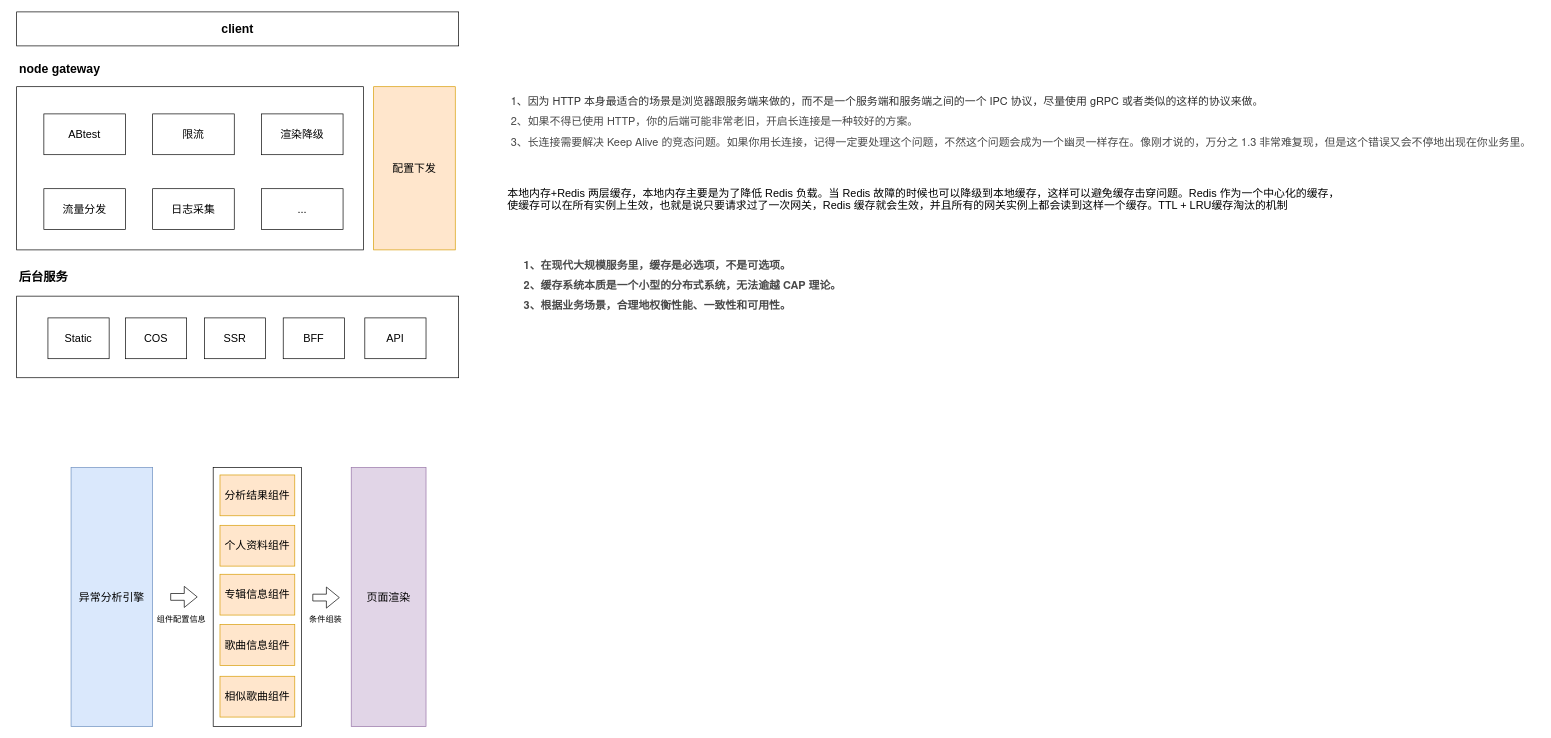
The draw.io diagram page "MNG" (13 of 15) of static/ppt.drawio in maoliang2271/bigpipe-demo, before the edit. Source tidied: cells renumbered, new cells numbered last; positions are measured from the earlier drawing's top-left corner, leaving out a move shared by most shapes. Both pictures are drawn from the tidied source at 68%, with x=0, y=0 at pixel (12, 12).
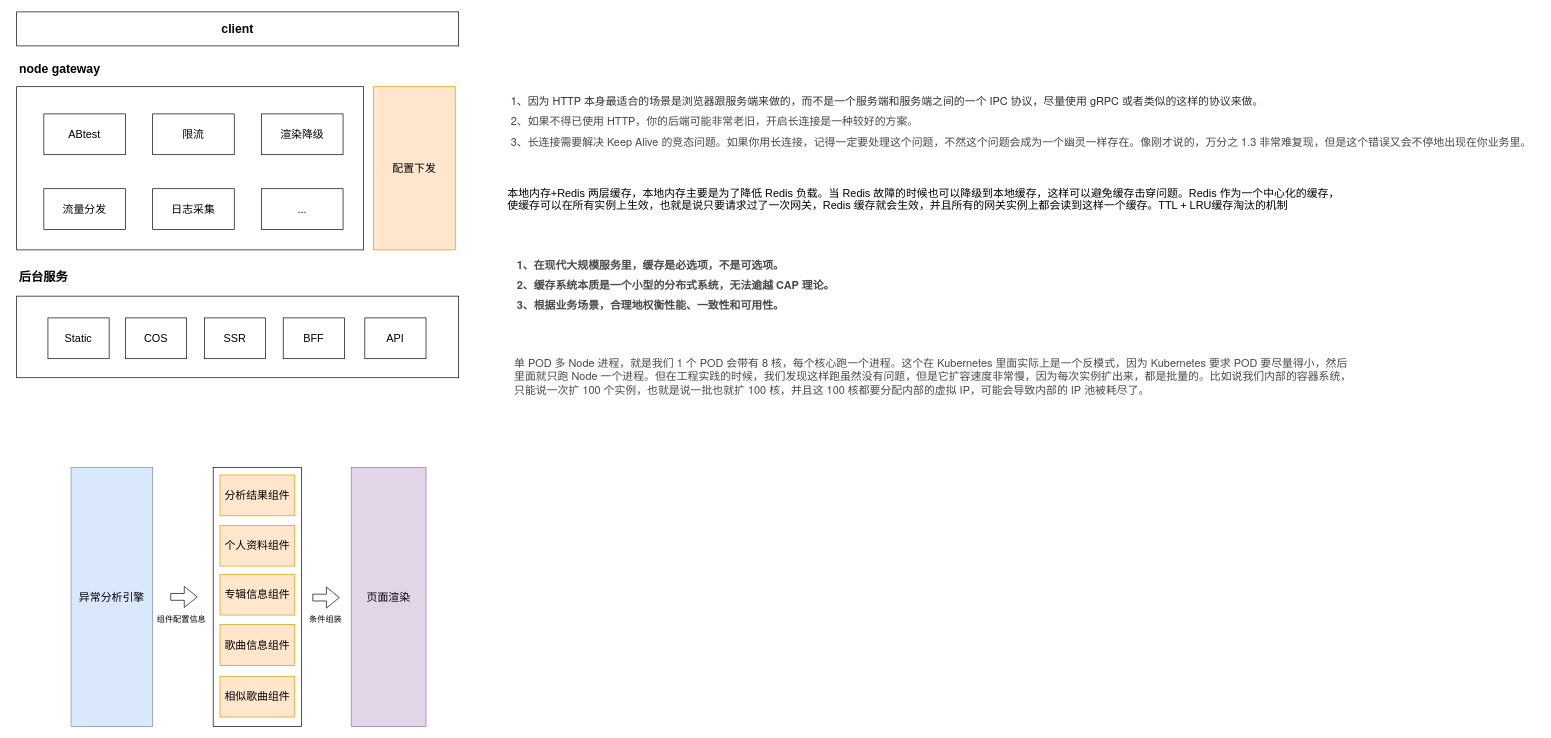
Above is the later version.

Change to the diagram source:
```diff
@@
     <mxCell id="33" value="&lt;ol style=&quot;margin: 0px; padding: 0px; list-style: none; color: rgb(48, 48, 48); font-family: &amp;quot;Helvetica Neue&amp;quot;, &amp;quot;PingFang SC&amp;quot;, Verdana, &amp;quot;Microsoft Yahei&amp;quot;, &amp;quot;Hiragino Sans GB&amp;quot;, &amp;quot;Microsoft Sans Serif&amp;quot;, &amp;quot;WenQuanYi Micro Hei&amp;quot;, sans-serif; font-size: 16px; font-style: normal; font-variant-ligatures: normal; font-variant-caps: normal; font-weight: 400; letter-spacing: normal; orphans: 2; text-align: start; text-indent: 0px; text-transform: none; widows: 2; word-spacing: 0px; -webkit-text-stroke-width: 0px; background-color: rgb(255, 255, 255); text-decoration-thickness: initial; text-decoration-style: initial; text-decoration-color: initial;&quot;&gt;&lt;li style=&quot;margin: 0px; padding: 0px; list-style: none;&quot;&gt;&lt;p style=&quot;margin: 0px; padding: 0px 0px 0px 24px; line-height: 1.875; font-size: 16px; min-height: 30px; word-break: break-all; position: relative;&quot;&gt;&lt;span style=&quot;margin: 0px; padding: 0px; color: rgb(73, 73, 73);&quot;&gt;&lt;strong style=&quot;margin: 0px; padding: 0px; font-weight: 700;&quot;&gt;1、在现代大规模服务里，缓存是必选项，不是可选项。&lt;/strong&gt;&lt;/span&gt;&lt;/p&gt;&lt;/li&gt;&lt;li style=&quot;margin: 0px; padding: 0px; list-style: none;&quot;&gt;&lt;p style=&quot;margin: 0px; padding: 0px 0px 0px 24px; line-height: 1.875; font-size: 16px; min-height: 30px; word-break: break-all; position: relative;&quot;&gt;&lt;span style=&quot;margin: 0px; padding: 0px; color: rgb(73, 73, 73);&quot;&gt;&lt;strong style=&quot;margin: 0px; padding: 0px; font-weight: 700;&quot;&gt;2、缓存系统本质是一个小型的分布式系统，无法逾越 CAP 理论。&lt;/strong&gt;&lt;/span&gt;&lt;/p&gt;&lt;/li&gt;&lt;li style=&quot;margin: 0px; padding: 0px; list-style: none;&quot;&gt;&lt;p style=&quot;margin: 0px; padding: 0px 0px 0px 24px; line-height: 1.875; font-size: 16px; min-height: 30px; word-break: break-all; position: relative;&quot;&gt;&lt;span style=&quot;margin: 0px; padding: 0px; color: rgb(73, 73, 73);&quot;&gt;&lt;strong style=&quot;margin: 0px; padding: 0px; font-weight: 700;&quot;&gt;3、根据业务场景，合理地权衡性能、一致性和可用性。&lt;/strong&gt;&lt;/span&gt;&lt;/p&gt;&lt;/li&gt;&lt;/ol&gt;" style="text;whiteSpace=wrap;html=1;" parent="1" vertex="1">
-      <mxGeometry x="727" y="350" width="500" height="120" as="geometry" />
+      <mxGeometry x="717" y="350" width="500" height="120" as="geometry" />
     </mxCell>
+    <mxCell id="34" value="&lt;span style=&quot;color: rgb(73, 73, 73); font-family: &amp;quot;Helvetica Neue&amp;quot;, &amp;quot;PingFang SC&amp;quot;, Verdana, &amp;quot;Microsoft Yahei&amp;quot;, &amp;quot;Hiragino Sans GB&amp;quot;, &amp;quot;Microsoft Sans Serif&amp;quot;, &amp;quot;WenQuanYi Micro Hei&amp;quot;, sans-serif; font-size: 16px; font-style: normal; font-variant-ligatures: normal; font-variant-caps: normal; font-weight: 400; letter-spacing: normal; orphans: 2; text-align: start; text-indent: 0px; text-transform: none; widows: 2; word-spacing: 0px; -webkit-text-stroke-width: 0px; background-color: rgb(255, 255, 255); text-decoration-thickness: initial; text-decoration-style: initial; text-decoration-color: initial; float: none; display: inline !important;&quot;&gt;单 POD 多 Node 进程，就是我们 1 个 POD 会带有 8 核，每个核心跑一个进程。这个在 Kubernetes 里面实际上是一个反模式，因为 Kubernetes 要求 POD 要尽量得小，然后里面就只跑 Node 一个进程。但在工程实践的时候，我们发现这样跑虽然没有问题，但是它扩容速度非常慢，因为每次实例扩出来，都是批量的。比如说我们内部的容器系统，只能说一次扩 100 个实例，也就是说一批也就扩 100 核，并且这 100 核都要分配内部的虚拟 IP，可能会导致内部的 IP 池被耗尽了。&lt;/span&gt;" style="text;whiteSpace=wrap;html=1;" parent="1" vertex="1">
+      <mxGeometry x="737" y="500" width="1240" height="90" as="geometry" />
+    </mxCell>
```
